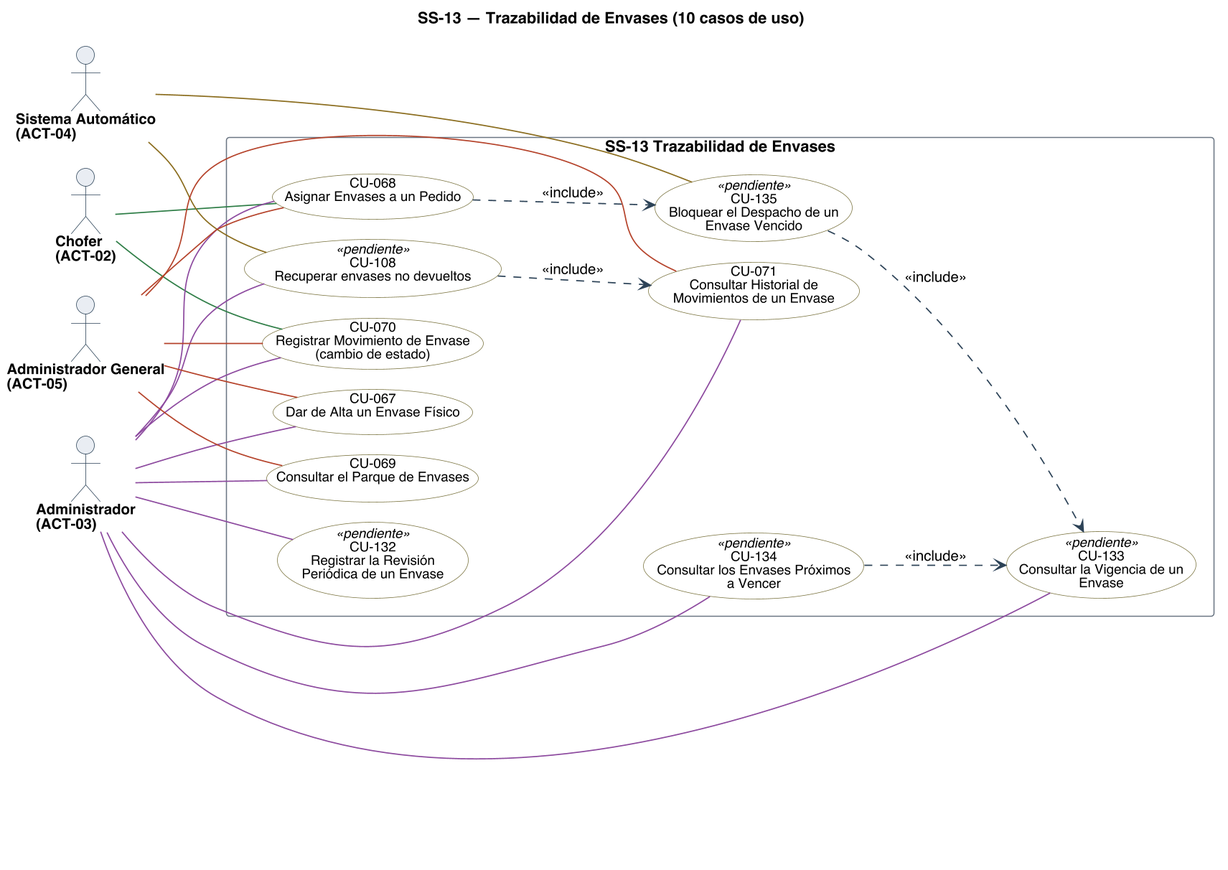
Earlier version of the PlantUML export diagramas/uml/CU_SS-13_Trazabilidad-De-Envases.png (Nahuelito-Dev/splg-docs).
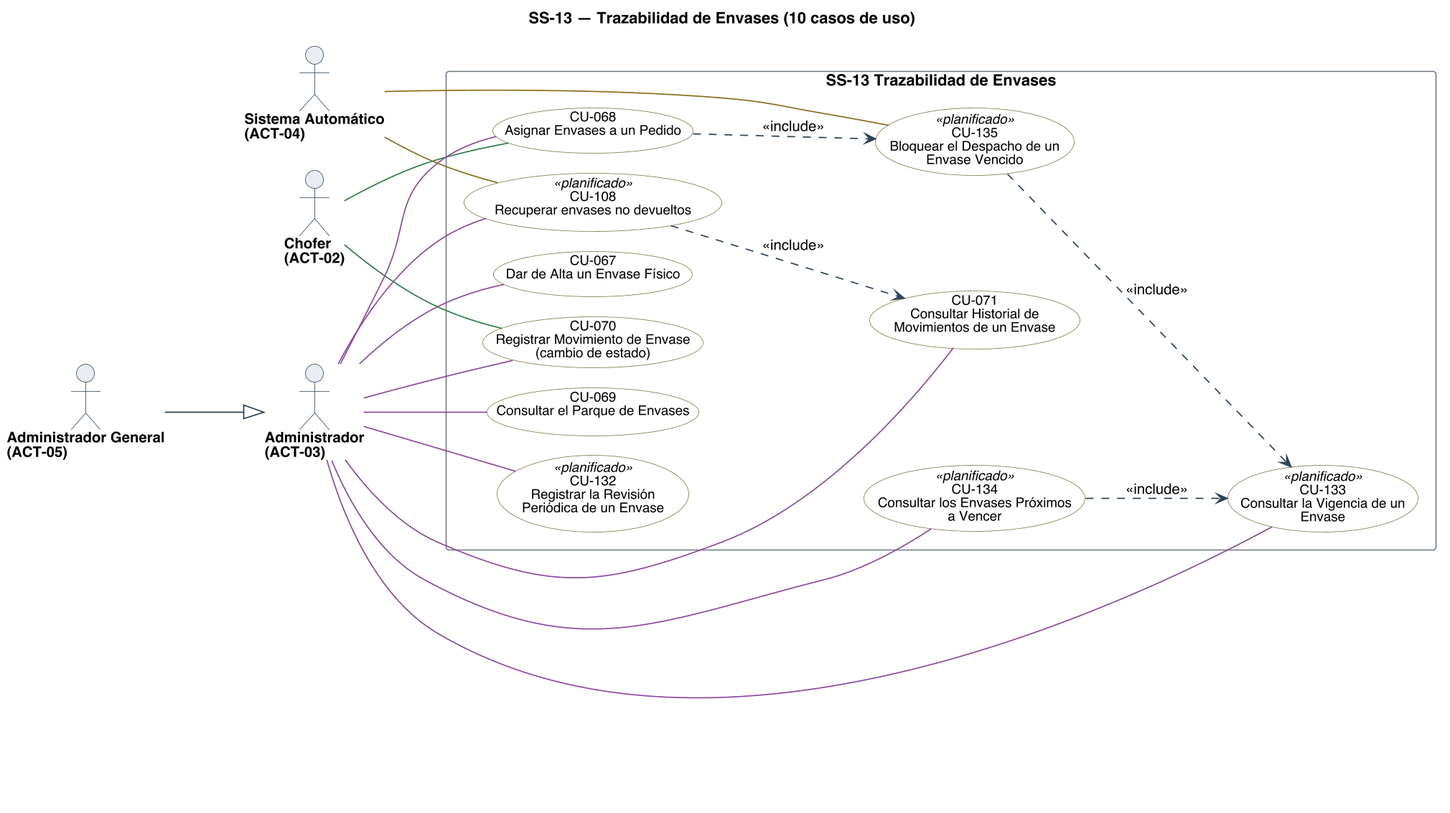
Above is the later version.

Change to the diagram source:
```diff
@@ -28,8 +28,8 @@
 skinparam nodesep 18
 skinparam ranksep 70
 skinparam usecase {
-  BorderColor<<pendiente>> #9C4436
-  BackgroundColor<<pendiente>> #F6E4E1
+  BorderColor<<planificado>> #9C4436
+  BackgroundColor<<planificado>> #F6E4E1
   BorderColor<<factorizado>> #6B7683
   BackgroundColor<<factorizado>> #F2F4F6
 }
@@ -45,11 +45,11 @@
   usecase "CU-069\nConsultar el Parque de Envases" as U069 #back:FFFFFF;line:7A7340
   usecase "CU-070\nRegistrar Movimiento de Envase\n(cambio de estado)" as U070 #back:FFFFFF;line:7A7340
   usecase "CU-071\nConsultar Historial de\nMovimientos de un Envase" as U071 #back:FFFFFF;line:7A7340
-  usecase "CU-108\nRecuperar envases no devueltos" as U108 <<pendiente>> #back:FFFFFF;line:7A7340
-  usecase "CU-132\nRegistrar la Revisión\nPeriódica de un Envase" as U132 <<pendiente>> #back:FFFFFF;line:7A7340
-  usecase "CU-133\nConsultar la Vigencia de un\nEnvase" as U133 <<pendiente>> #back:FFFFFF;line:7A7340
-  usecase "CU-134\nConsultar los Envases Próximos\na Vencer" as U134 <<pendiente>> #back:FFFFFF;line:7A7340
-  usecase "CU-135\nBloquear el Despacho de un\nEnvase Vencido" as U135 <<pendiente>> #back:FFFFFF;line:7A7340
+  usecase "CU-108\nRecuperar envases no devueltos" as U108 <<planificado>> #back:FFFFFF;line:7A7340
+  usecase "CU-132\nRegistrar la Revisión\nPeriódica de un Envase" as U132 <<planificado>> #back:FFFFFF;line:7A7340
+  usecase "CU-133\nConsultar la Vigencia de un\nEnvase" as U133 <<planificado>> #back:FFFFFF;line:7A7340
+  usecase "CU-134\nConsultar los Envases Próximos\na Vencer" as U134 <<planificado>> #back:FFFFFF;line:7A7340
+  usecase "CU-135\nBloquear el Despacho de un\nEnvase Vencido" as U135 <<planificado>> #back:FFFFFF;line:7A7340
 }
 
 A02 -[#2E7D46]- U068
@@ -65,11 +65,7 @@
 A03 -[#8C4A9E]- U134
 A04 -[#8A6D1F]- U108
 A04 -[#8A6D1F]- U135
-A05 -[#B4432B]- U067
-A05 -[#B4432B]- U068
-A05 -[#B4432B]- U069
-A05 -[#B4432B]- U070
-A05 -[#B4432B]- U071
+A05 --|> A03
 
 U135 ..> U133 : <<include>>
 U068 ..> U135 : <<include>>
```
